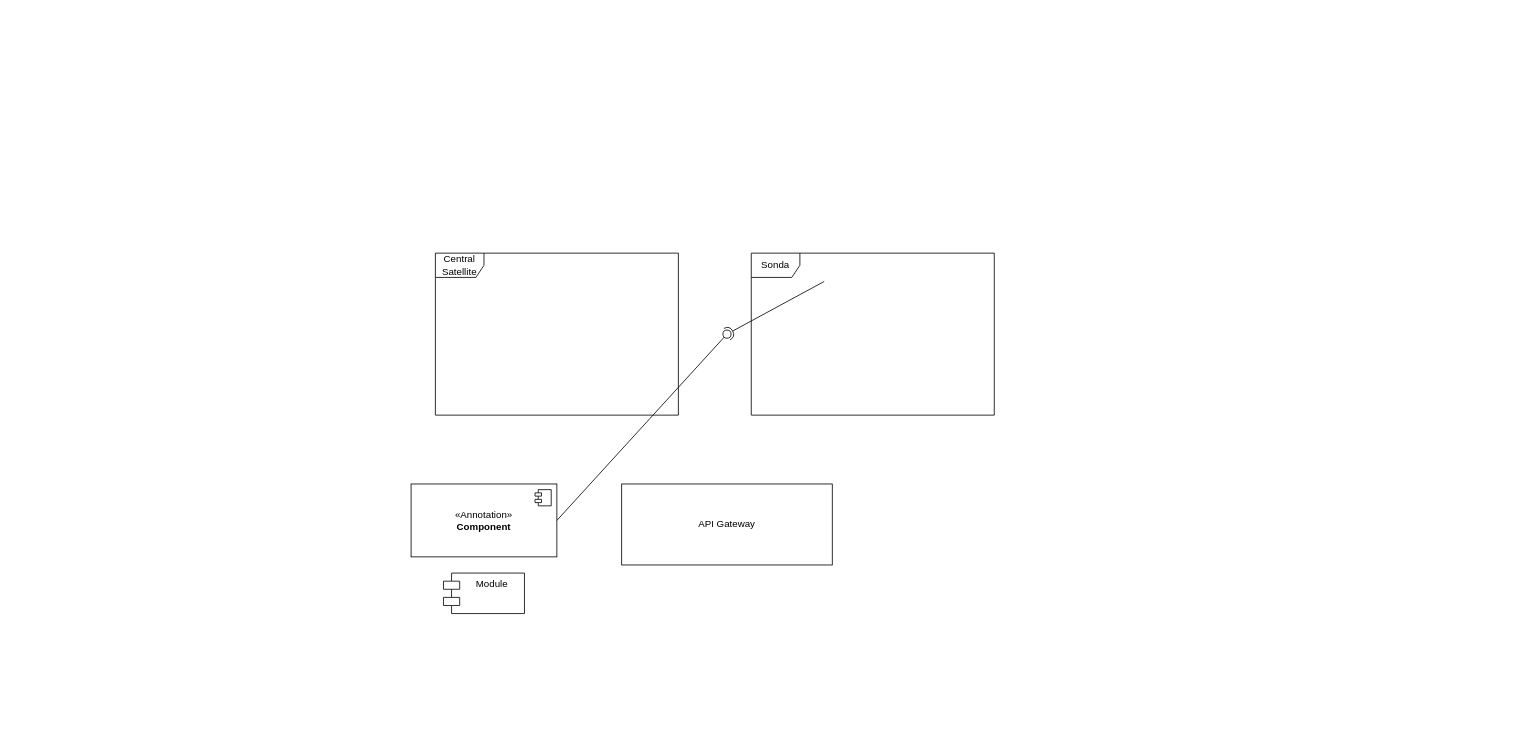
abraxvs/abraxvs.github.io keeps this draw.io diagram as I2.drawio. Above is the earlier version. Source tidied: cells renumbered, new cells numbered last; positions are measured from the earlier drawing's top-left corner, leaving out a move shared by most shapes. Both pictures are drawn from the tidied source at 81%, with x=0, y=0 at pixel (411, 253).
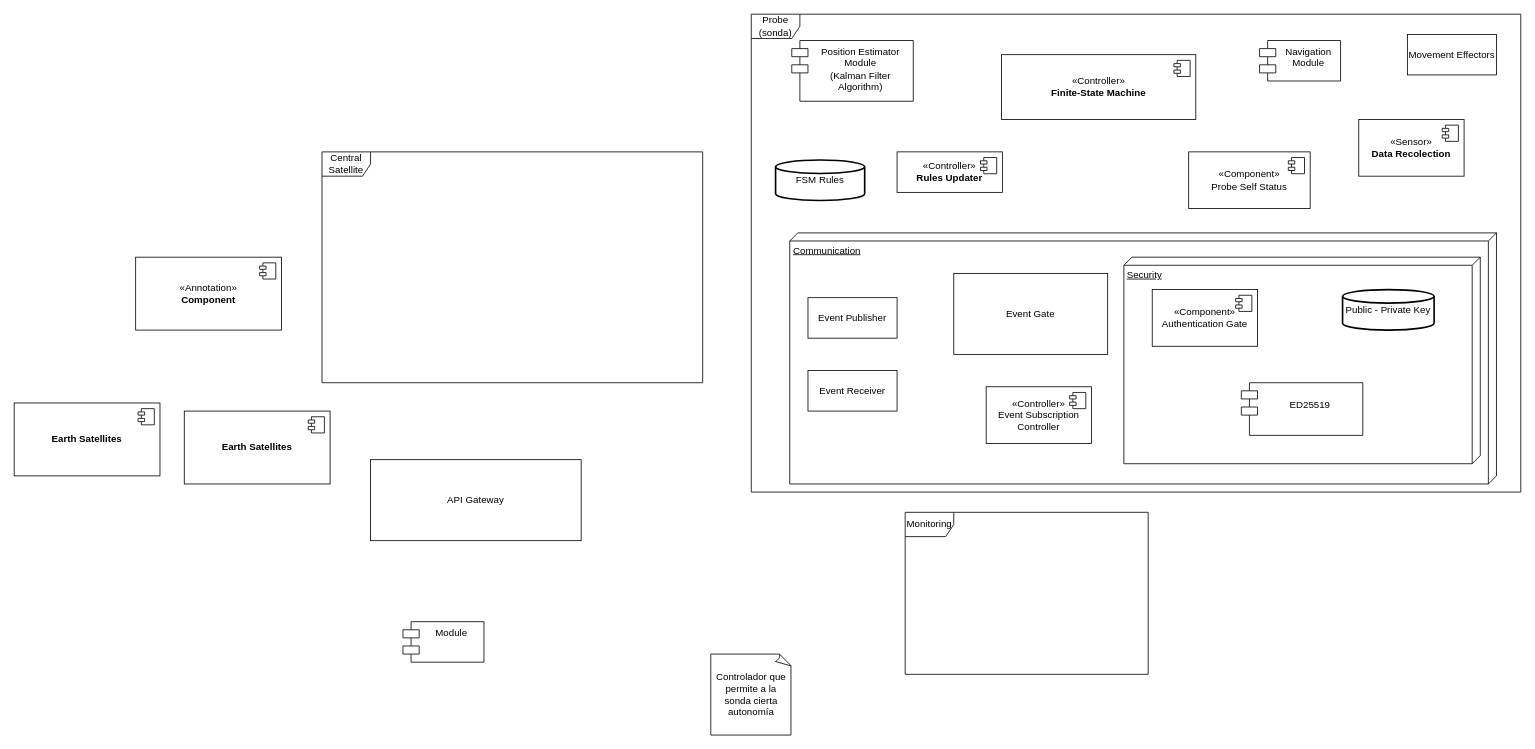
The same page after the edit.

What changed in the source:
```diff
@@
+    <mxCell id="11" value="Communication" style="verticalAlign=top;align=left;spacingTop=8;spacingLeft=2;spacingRight=12;shape=cube;size=10;direction=south;fontStyle=4;html=1;whiteSpace=wrap;" parent="1" vertex="1">
+      <mxGeometry x="467.5" y="-25" width="872.5" height="310" as="geometry" />
+    </mxCell>
-    <mxCell id="2" value="&amp;laquo;Annotation&amp;raquo;&lt;br/&gt;&lt;b&gt;Component&lt;/b&gt;" style="html=1;whiteSpace=wrap;" parent="1" vertex="1">
-      <mxGeometry y="285" width="180" height="90" as="geometry" />
+    <mxCell id="2" value="«Controller»&lt;br&gt;&lt;b&gt;Finite-State Machine&lt;br&gt;&lt;/b&gt;" style="html=1;whiteSpace=wrap;" parent="1" vertex="1">
+      <mxGeometry x="728.8" y="-245" width="240" height="80" as="geometry" />
     </mxCell>
@@
-    <mxCell id="4" style="rounded=0;jettySize=auto;html=1;endArrow=halfCircle;endFill=0;endSize=6;strokeWidth=1;sketch=0;" parent="1" edge="1" target="6">
-      <mxGeometry relative="1" as="geometry">
-        <mxPoint x="510" y="35" as="sourcePoint" />
-      </mxGeometry>
-    </mxCell>
-    <mxCell id="5" style="rounded=0;jettySize=auto;html=1;endArrow=oval;endFill=0;sketch=0;sourcePerimeterSpacing=0;targetPerimeterSpacing=0;endSize=10;exitX=1;exitY=0.5;exitDx=0;exitDy=0;" parent="1" edge="1" source="2" target="6">
-      <mxGeometry relative="1" as="geometry" />
-    </mxCell>
-    <mxCell id="6" style="ellipse;whiteSpace=wrap;html=1;align=center;fillColor=none;strokeColor=none;perimeter=centerPerimeter;points=[];outlineConnect=1;" parent="1" vertex="1">
-      <mxGeometry x="385" y="95" width="10" height="10" as="geometry" />
-    </mxCell>
     <mxCell id="7" value="Central Satellite" style="shape=umlFrame;whiteSpace=wrap;html=1;" parent="1" vertex="1">
-      <mxGeometry x="30" width="300" height="200" as="geometry" />
+      <mxGeometry x="-110" y="-125" width="470" height="285" as="geometry" />
     </mxCell>
-    <mxCell id="8" value="Sonda" style="shape=umlFrame;whiteSpace=wrap;html=1;" parent="1" vertex="1">
-      <mxGeometry x="420" width="300" height="200" as="geometry" />
+    <mxCell id="8" value="Probe (sonda)" style="shape=umlFrame;whiteSpace=wrap;html=1;" parent="1" vertex="1">
+      <mxGeometry x="420" y="-295" width="950" height="590" as="geometry" />
     </mxCell>
     <mxCell id="9" value="API Gateway" style="html=1;whiteSpace=wrap;" parent="1" vertex="1">
-      <mxGeometry x="260" y="285" width="260" height="100" as="geometry" />
+      <mxGeometry x="-50" y="255" width="260" height="100" as="geometry" />
     </mxCell>
     <mxCell id="10" value="Module" style="shape=module;align=left;spacingLeft=20;align=center;verticalAlign=top;whiteSpace=wrap;html=1;" parent="1" vertex="1">
-      <mxGeometry x="40" y="395" width="100" height="50" as="geometry" />
+      <mxGeometry x="-10" y="455" width="100" height="50" as="geometry" />
     </mxCell>
+    <mxCell id="12" value="Monitoring" style="shape=umlFrame;whiteSpace=wrap;html=1;" parent="1" vertex="1">
+      <mxGeometry x="610" y="320" width="300" height="200" as="geometry" />
+    </mxCell>
+    <mxCell id="13" value="&lt;b&gt;Earth Satellites&lt;/b&gt;" style="html=1;whiteSpace=wrap;" parent="1" vertex="1">
+      <mxGeometry x="-490" y="185" width="180" height="90" as="geometry" />
+    </mxCell>
+    <mxCell id="14" style="shape=module;jettyWidth=8;jettyHeight=4;" parent="13" vertex="1">
+      <mxGeometry x="1" width="20" height="20" relative="1" as="geometry">
+        <mxPoint x="-27" y="7" as="offset" />
+      </mxGeometry>
+    </mxCell>
+    <mxCell id="15" value="&lt;b&gt;Earth Satellites&lt;/b&gt;" style="html=1;whiteSpace=wrap;" parent="1" vertex="1">
+      <mxGeometry x="-280" y="195" width="180" height="90" as="geometry" />
+    </mxCell>
+    <mxCell id="16" style="shape=module;jettyWidth=8;jettyHeight=4;" parent="15" vertex="1">
+      <mxGeometry x="1" width="20" height="20" relative="1" as="geometry">
+        <mxPoint x="-27" y="7" as="offset" />
+      </mxGeometry>
+    </mxCell>
+    <mxCell id="17" value="&amp;laquo;Annotation&amp;raquo;&lt;br/&gt;&lt;b&gt;Component&lt;/b&gt;" style="html=1;whiteSpace=wrap;" parent="1" vertex="1">
+      <mxGeometry x="-340" y="5" width="180" height="90" as="geometry" />
+    </mxCell>
+    <mxCell id="18" style="shape=module;jettyWidth=8;jettyHeight=4;" parent="17" vertex="1">
+      <mxGeometry x="1" width="20" height="20" relative="1" as="geometry">
+        <mxPoint x="-27" y="7" as="offset" />
+      </mxGeometry>
+    </mxCell>
+    <mxCell id="19" value="Controlador que permite a la sonda cierta autonomía" style="whiteSpace=wrap;html=1;shape=mxgraph.basic.document;" parent="1" vertex="1">
+      <mxGeometry x="370" y="495" width="100" height="100" as="geometry" />
+    </mxCell>
+    <mxCell id="20" value="FSM Rules" style="strokeWidth=2;html=1;shape=mxgraph.flowchart.database;whiteSpace=wrap;" parent="1" vertex="1">
+      <mxGeometry x="450" y="-115" width="110" height="50" as="geometry" />
+    </mxCell>
+    <mxCell id="21" value="«Controller»&lt;br&gt;&lt;b&gt;Rules Updater&lt;/b&gt;" style="html=1;whiteSpace=wrap;" parent="1" vertex="1">
+      <mxGeometry x="600" y="-125" width="130" height="50" as="geometry" />
+    </mxCell>
+    <mxCell id="22" style="shape=module;jettyWidth=8;jettyHeight=4;" parent="21" vertex="1">
+      <mxGeometry x="1" width="20" height="20" relative="1" as="geometry">
+        <mxPoint x="-27" y="7" as="offset" />
+      </mxGeometry>
+    </mxCell>
+    <mxCell id="23" value="Movement Effectors" style="html=1;whiteSpace=wrap;" parent="1" vertex="1">
+      <mxGeometry x="1230" y="-270" width="110" height="50" as="geometry" />
+    </mxCell>
+    <mxCell id="24" value="Position Estimator&lt;br&gt;Module&lt;br&gt;(Kalman Filter Algorithm)" style="shape=module;align=left;spacingLeft=20;align=center;verticalAlign=top;whiteSpace=wrap;html=1;" parent="1" vertex="1">
+      <mxGeometry x="470" y="-262.5" width="150" height="75" as="geometry" />
+    </mxCell>
+    <mxCell id="25" value="Navigation Module" style="shape=module;align=left;spacingLeft=20;align=center;verticalAlign=top;whiteSpace=wrap;html=1;" parent="1" vertex="1">
+      <mxGeometry x="1047.5" y="-262.5" width="100" height="50" as="geometry" />
+    </mxCell>
+    <mxCell id="26" value="«Component»&lt;br&gt;Probe Self Status" style="html=1;whiteSpace=wrap;" parent="1" vertex="1">
+      <mxGeometry x="960" y="-125" width="150" height="70" as="geometry" />
+    </mxCell>
+    <mxCell id="27" style="shape=module;jettyWidth=8;jettyHeight=4;" parent="26" vertex="1">
+      <mxGeometry x="1" width="20" height="20" relative="1" as="geometry">
+        <mxPoint x="-27" y="7" as="offset" />
+      </mxGeometry>
+    </mxCell>
+    <mxCell id="28" value="Event Receiver" style="html=1;whiteSpace=wrap;" parent="1" vertex="1">
+      <mxGeometry x="490" y="145" width="110" height="50" as="geometry" />
+    </mxCell>
+    <mxCell id="29" value="Event Publisher" style="html=1;whiteSpace=wrap;" parent="1" vertex="1">
+      <mxGeometry x="490" y="55" width="110" height="50" as="geometry" />
+    </mxCell>
+    <mxCell id="30" value="«Controller»&lt;br&gt;Event Subscription Controller" style="html=1;whiteSpace=wrap;" parent="1" vertex="1">
+      <mxGeometry x="710" y="165" width="130" height="70" as="geometry" />
+    </mxCell>
+    <mxCell id="31" style="shape=module;jettyWidth=8;jettyHeight=4;" parent="30" vertex="1">
+      <mxGeometry x="1" width="20" height="20" relative="1" as="geometry">
+        <mxPoint x="-27" y="7" as="offset" />
+      </mxGeometry>
+    </mxCell>
+    <mxCell id="32" value="Security" style="verticalAlign=top;align=left;spacingTop=8;spacingLeft=2;spacingRight=12;shape=cube;size=10;direction=south;fontStyle=4;html=1;whiteSpace=wrap;" parent="1" vertex="1">
+      <mxGeometry x="880" y="5" width="440" height="255" as="geometry" />
+    </mxCell>
+    <mxCell id="33" value="&lt;div&gt;&lt;br&gt;&lt;/div&gt;ED25519" style="shape=module;align=left;spacingLeft=20;align=center;verticalAlign=top;whiteSpace=wrap;html=1;" parent="1" vertex="1">
+      <mxGeometry x="1025" y="160" width="150" height="65" as="geometry" />
+    </mxCell>
+    <mxCell id="34" value="«Sensor»&lt;br&gt;&lt;b&gt;Data Recolection&lt;/b&gt;" style="html=1;whiteSpace=wrap;" parent="1" vertex="1">
+      <mxGeometry x="1170" y="-165" width="130" height="70" as="geometry" />
+    </mxCell>
+    <mxCell id="35" style="shape=module;jettyWidth=8;jettyHeight=4;" parent="34" vertex="1">
+      <mxGeometry x="1" width="20" height="20" relative="1" as="geometry">
+        <mxPoint x="-27" y="7" as="offset" />
+      </mxGeometry>
+    </mxCell>
+    <mxCell id="36" value="Public - Private Key" style="strokeWidth=2;html=1;shape=mxgraph.flowchart.database;whiteSpace=wrap;" parent="1" vertex="1">
+      <mxGeometry x="1150" y="45" width="113" height="50" as="geometry" />
+    </mxCell>
+    <mxCell id="37" value="«Component»&lt;div&gt;Authentication Gate&lt;/div&gt;" style="html=1;whiteSpace=wrap;" parent="1" vertex="1">
+      <mxGeometry x="915" y="45" width="130" height="70" as="geometry" />
+    </mxCell>
+    <mxCell id="38" style="shape=module;jettyWidth=8;jettyHeight=4;" parent="37" vertex="1">
+      <mxGeometry x="1" width="20" height="20" relative="1" as="geometry">
+        <mxPoint x="-27" y="7" as="offset" />
+      </mxGeometry>
+    </mxCell>
+    <mxCell id="39" value="Event Gate" style="html=1;whiteSpace=wrap;" parent="1" vertex="1">
+      <mxGeometry x="670" y="25" width="190" height="100" as="geometry" />
+    </mxCell>
```
